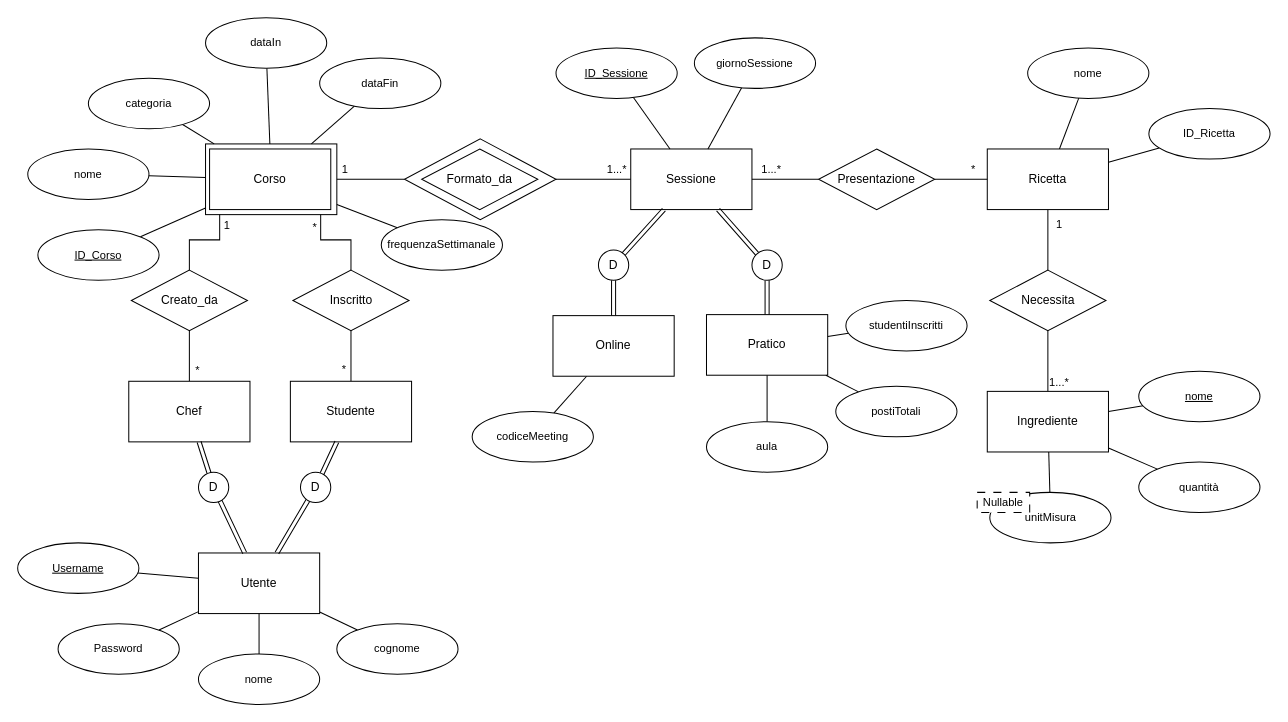
Earlier version of the draw.io diagram page "E-R" (2 of 4) of bdd/uml/UML1.drawio (MetisWastaken/UninaFoodLab). Source tidied: cells renumbered, new cells numbered last; positions are measured from the earlier drawing's top-left corner, leaving out a move shared by most shapes. Both pictures are drawn from the tidied source at 101%, with x=0, y=0 at pixel (17, 17).
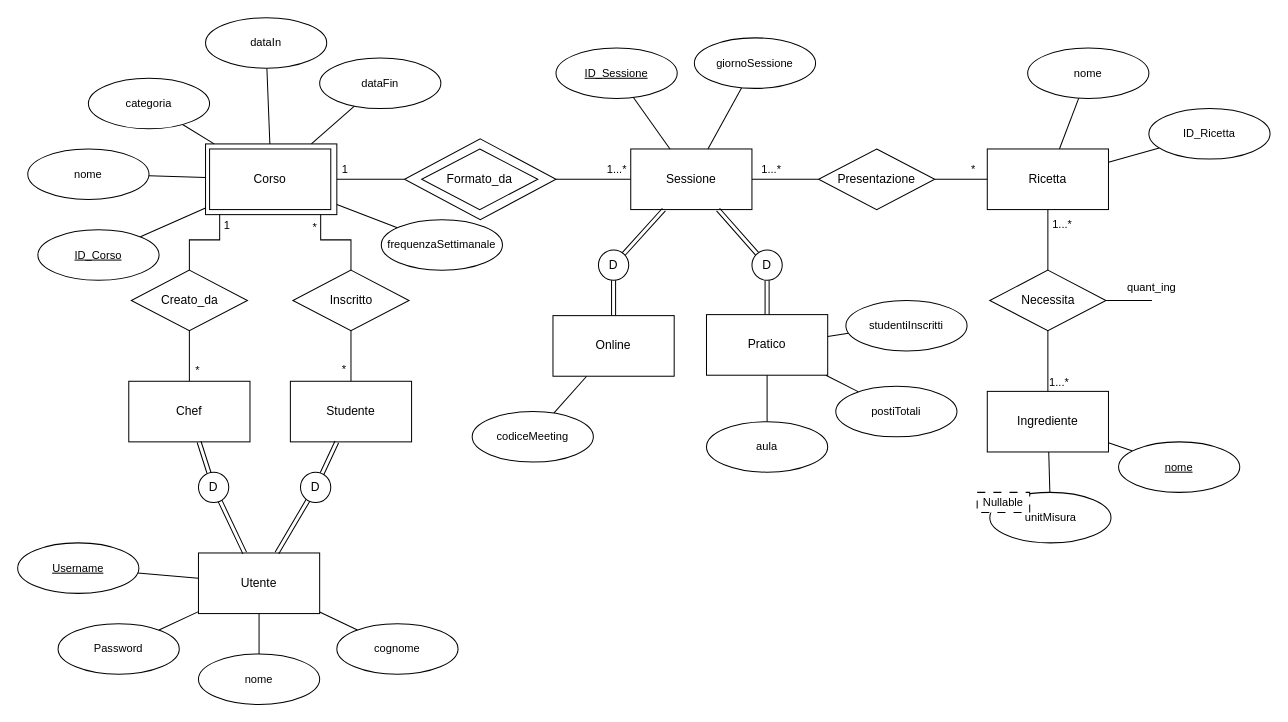
Above is the later version.

Unchanged cells that the change refers to:
```xml
<mxCell id="21" style="edgeStyle=orthogonalEdgeStyle;shape=connector;rounded=0;jettySize=auto;html=1;strokeColor=default;align=center;verticalAlign=middle;fontFamily=Helvetica;fontSize=11;fontColor=default;labelBackgroundColor=default;endArrow=none;endFill=0;" parent="1" edge="1" source="25" target="47">
  <mxGeometry relative="1" as="geometry" />
</mxCell>
<mxCell id="31" value="Ingrediente" style="rounded=0;whiteSpace=wrap;html=1;" parent="1" vertex="1">
  <mxGeometry x="960" y="370" width="120" height="60" as="geometry" />
</mxCell>
<mxCell id="47" value="Necessita" style="rhombus;whiteSpace=wrap;html=1;" parent="1" vertex="1">
  <mxGeometry x="962.5" y="250" width="115" height="60" as="geometry" />
</mxCell>
```

Diff of the diagram source:
```diff
@@
-    <mxCell id="22" value="1" style="edgeLabel;html=1;align=center;verticalAlign=middle;fontFamily=Helvetica;fontSize=11;fontColor=default;labelBackgroundColor=default;" parent="21" vertex="1">
+    <mxCell id="22" value="1...*" style="edgeLabel;html=1;align=center;verticalAlign=middle;fontFamily=Helvetica;fontSize=11;fontColor=default;labelBackgroundColor=default;" parent="21" vertex="1">
       <mxGeometry x="-0.53" y="-3" relative="1" as="geometry">
-        <mxPoint x="13" as="offset" />
+        <mxPoint x="16" as="offset" />
       </mxGeometry>
     </mxCell>
@@
-    <mxCell id="29" style="edgeStyle=none;shape=connector;rounded=0;jettySize=auto;html=1;strokeColor=default;align=center;verticalAlign=middle;fontFamily=Helvetica;fontSize=11;fontColor=default;labelBackgroundColor=default;endArrow=none;endFill=0;" parent="1" edge="1" source="31" target="87">
-      <mxGeometry relative="1" as="geometry" />
-    </mxCell>
@@
     <mxCell id="86" value="&lt;u&gt;nome&lt;/u&gt;" style="ellipse;whiteSpace=wrap;html=1;fontFamily=Helvetica;fontSize=11;fontColor=default;labelBackgroundColor=default;" parent="1" vertex="1">
-      <mxGeometry x="1110" y="350" width="120" height="50" as="geometry" />
+      <mxGeometry x="1090" y="420" width="120" height="50" as="geometry" />
     </mxCell>
-    <mxCell id="87" value="quantità" style="ellipse;whiteSpace=wrap;html=1;fontFamily=Helvetica;fontSize=11;fontColor=default;labelBackgroundColor=default;" parent="1" vertex="1">
-      <mxGeometry x="1110" y="440" width="120" height="50" as="geometry" />
-    </mxCell>
@@
+    <mxCell id="93" value="quant_ing&#10;&#10;" style="shape=waypoint;sketch=0;fillStyle=solid;size=6;points=[];fillColor=none;perimeter=centerPerimeter;snapToPoint=1;fontFamily=Helvetica;fontSize=11;fontColor=default;labelBackgroundColor=default;" parent="1" vertex="1">
+      <mxGeometry x="1113" y="270" width="20" height="20" as="geometry" />
+    </mxCell>
+    <mxCell id="94" style="edgeStyle=none;shape=connector;rounded=0;jettySize=auto;html=1;strokeColor=default;align=center;verticalAlign=middle;fontFamily=Helvetica;fontSize=11;fontColor=default;labelBackgroundColor=default;endArrow=none;endFill=0;" parent="1" edge="1" source="47" target="93">
+      <mxGeometry relative="1" as="geometry" />
+    </mxCell>
```
